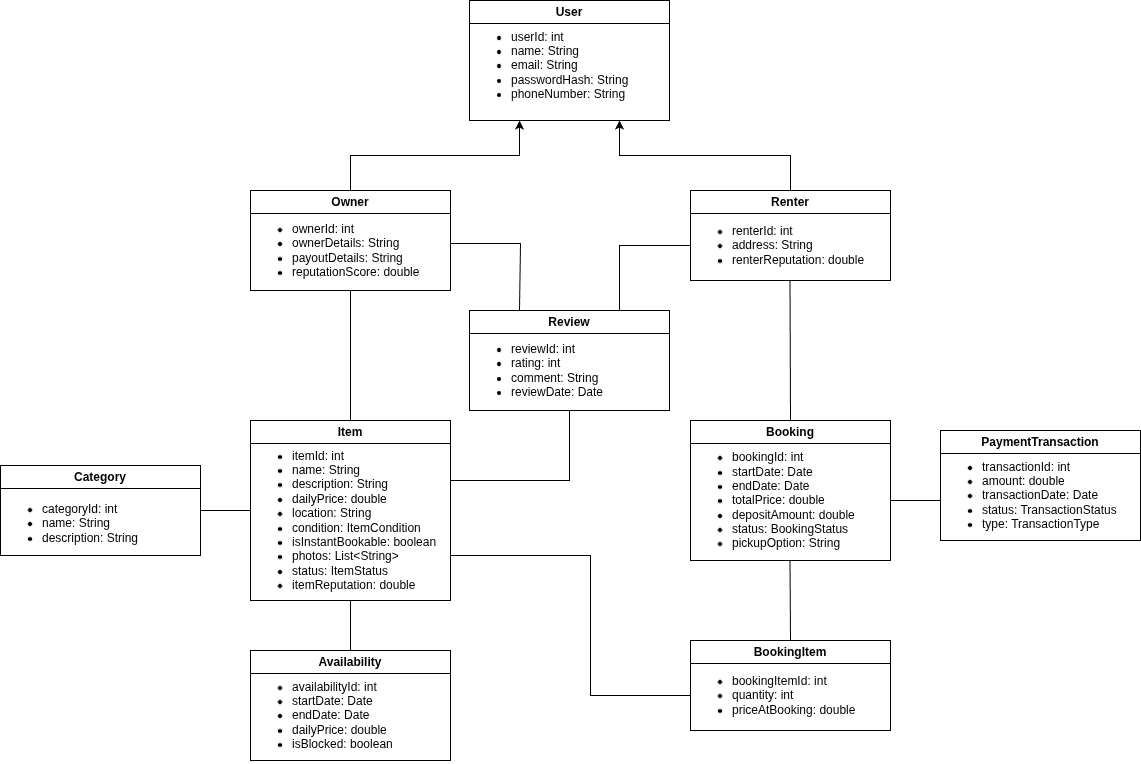
Above: docs/UML/UML.png in MEGA-TQS/mega-backend (draw.io), before the change. Source tidied: cells renumbered, new cells last; positions are measured from the earlier drawing's top-left corner, leaving out a move shared by most shapes.
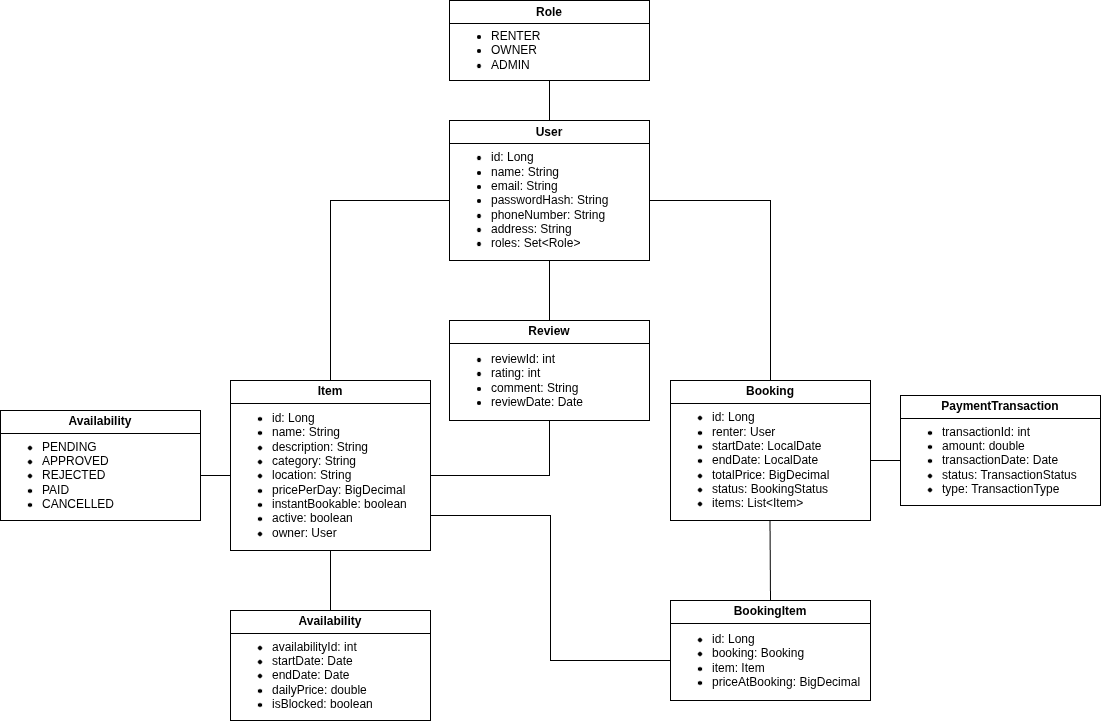
Above is the later version.

Commit message:
refined UML

Change to the diagram source:
```diff
@@ -3,37 +3,19 @@
     <mxCell id="0" />
     <mxCell id="1" parent="0" />
     <mxCell id="2" value="User" style="swimlane;whiteSpace=wrap;html=1;" parent="1" vertex="1">
-      <mxGeometry x="469" width="200" height="120" as="geometry" />
+      <mxGeometry x="469" y="160" width="200" height="140" as="geometry" />
     </mxCell>
-    <mxCell id="3" value="&lt;ul&gt;&lt;li&gt;userId: int&lt;/li&gt;&lt;li&gt;name: String&lt;/li&gt;&lt;li&gt;email: String&lt;/li&gt;&lt;li&gt;passwordHash: String&lt;/li&gt;&lt;li&gt;phoneNumber: String&lt;/li&gt;&lt;/ul&gt;" style="text;html=1;whiteSpace=wrap;strokeColor=none;fillColor=none;align=left;verticalAlign=middle;rounded=0;" parent="2" vertex="1">
-      <mxGeometry y="20" width="200" height="90" as="geometry" />
+    <mxCell id="3" value="&lt;ul&gt;&lt;li&gt;id: Long&lt;/li&gt;&lt;li&gt;name: String&lt;/li&gt;&lt;li&gt;email: String&lt;/li&gt;&lt;li&gt;passwordHash: String&lt;/li&gt;&lt;li&gt;phoneNumber: String&lt;/li&gt;&lt;li&gt;address: String&lt;/li&gt;&lt;li&gt;roles: Set&amp;lt;Role&amp;gt;&lt;/li&gt;&lt;/ul&gt;" style="text;html=1;whiteSpace=wrap;strokeColor=none;fillColor=none;align=left;verticalAlign=middle;rounded=0;" parent="2" vertex="1">
+      <mxGeometry y="20" width="200" height="120" as="geometry" />
     </mxCell>
-    <mxCell id="4" style="edgeStyle=orthogonalEdgeStyle;rounded=0;jettySize=auto;html=1;exitX=0.5;exitY=0;exitDx=0;exitDy=0;entryX=0.25;entryY=1;entryDx=0;entryDy=0;" parent="1" edge="1" source="5" target="2">
-      <mxGeometry relative="1" as="geometry" />
-    </mxCell>
-    <mxCell id="5" value="Owner" style="swimlane;whiteSpace=wrap;html=1;" parent="1" vertex="1">
-      <mxGeometry x="250" y="190" width="200" height="100" as="geometry" />
-    </mxCell>
-    <mxCell id="6" value="&lt;ul&gt;&lt;li&gt;ownerId: int&lt;/li&gt;&lt;li&gt;ownerDetails: String&lt;/li&gt;&lt;li&gt;payoutDetails: String&lt;/li&gt;&lt;li&gt;reputationScore: double&lt;/li&gt;&lt;/ul&gt;" style="text;html=1;whiteSpace=wrap;strokeColor=none;fillColor=none;align=left;verticalAlign=middle;rounded=0;" parent="5" vertex="1">
-      <mxGeometry y="20" width="200" height="80" as="geometry" />
-    </mxCell>
-    <mxCell id="7" style="edgeStyle=orthogonalEdgeStyle;rounded=0;jettySize=auto;html=1;exitX=0.5;exitY=0;exitDx=0;exitDy=0;entryX=0.75;entryY=1;entryDx=0;entryDy=0;" parent="1" edge="1" source="8" target="2">
-      <mxGeometry relative="1" as="geometry" />
-    </mxCell>
-    <mxCell id="8" value="Renter" style="swimlane;whiteSpace=wrap;html=1;" parent="1" vertex="1">
-      <mxGeometry x="690" y="190" width="200" height="90" as="geometry" />
-    </mxCell>
-    <mxCell id="9" value="&lt;ul&gt;&lt;li&gt;renterId: int&lt;/li&gt;&lt;li&gt;address: String&lt;/li&gt;&lt;li&gt;renterReputation: double&lt;/li&gt;&lt;/ul&gt;" style="text;html=1;whiteSpace=wrap;strokeColor=none;fillColor=none;align=left;verticalAlign=middle;rounded=0;" parent="8" vertex="1">
-      <mxGeometry y="20" width="200" height="70" as="geometry" />
-    </mxCell>
     <mxCell id="10" value="Item" style="swimlane;whiteSpace=wrap;html=1;" parent="1" vertex="1">
-      <mxGeometry x="250" y="420" width="200" height="180" as="geometry" />
+      <mxGeometry x="250" y="420" width="200" height="170" as="geometry" />
     </mxCell>
-    <mxCell id="11" value="&lt;ul&gt;&lt;li&gt;itemId: int&lt;/li&gt;&lt;li&gt;name: String&lt;/li&gt;&lt;li&gt;description: String&lt;/li&gt;&lt;li&gt;dailyPrice: double&lt;/li&gt;&lt;li&gt;location: String&lt;/li&gt;&lt;li&gt;condition: ItemCondition&lt;/li&gt;&lt;li&gt;isInstantBookable: boolean&lt;/li&gt;&lt;li&gt;photos: List&amp;lt;String&amp;gt;&lt;/li&gt;&lt;li&gt;status: ItemStatus&lt;/li&gt;&lt;li&gt;itemReputation: double&lt;/li&gt;&lt;/ul&gt;" style="text;html=1;whiteSpace=wrap;strokeColor=none;fillColor=none;align=left;verticalAlign=middle;rounded=0;" parent="10" vertex="1">
-      <mxGeometry y="20" width="200" height="160" as="geometry" />
+    <mxCell id="11" value="&lt;ul&gt;&lt;li&gt;id: Long&lt;/li&gt;&lt;li&gt;name: String&lt;/li&gt;&lt;li&gt;description: String&lt;/li&gt;&lt;li&gt;category: String&lt;/li&gt;&lt;li&gt;location: String&lt;/li&gt;&lt;li&gt;pricePerDay: BigDecimal&lt;/li&gt;&lt;li&gt;instantBookable: boolean&lt;/li&gt;&lt;li&gt;active: boolean&lt;/li&gt;&lt;li&gt;owner: User&lt;/li&gt;&lt;/ul&gt;" style="text;html=1;whiteSpace=wrap;strokeColor=none;fillColor=none;align=left;verticalAlign=middle;rounded=0;" parent="10" vertex="1">
+      <mxGeometry y="20" width="200" height="150" as="geometry" />
     </mxCell>
     <mxCell id="12" value="Review" style="swimlane;whiteSpace=wrap;html=1;" parent="1" vertex="1">
-      <mxGeometry x="469" y="310" width="200" height="100" as="geometry" />
+      <mxGeometry x="469" y="360" width="200" height="100" as="geometry" />
     </mxCell>
     <mxCell id="13" value="&lt;ul&gt;&lt;li&gt;reviewId: int&lt;/li&gt;&lt;li&gt;rating: int&lt;/li&gt;&lt;li&gt;comment: String&lt;/li&gt;&lt;li&gt;reviewDate: Date&lt;/li&gt;&lt;/ul&gt;" style="text;html=1;whiteSpace=wrap;strokeColor=none;fillColor=none;align=left;verticalAlign=middle;rounded=0;" parent="12" vertex="1">
       <mxGeometry y="20" width="200" height="80" as="geometry" />
@@ -41,15 +23,17 @@
     <mxCell id="14" value="Booking" style="swimlane;whiteSpace=wrap;html=1;" parent="1" vertex="1">
       <mxGeometry x="690" y="420" width="200" height="140" as="geometry" />
     </mxCell>
-    <mxCell id="15" value="&lt;ul&gt;&lt;li&gt;bookingId: int&lt;/li&gt;&lt;li&gt;startDate: Date&lt;/li&gt;&lt;li&gt;endDate: Date&lt;/li&gt;&lt;li&gt;totalPrice: double&lt;/li&gt;&lt;li&gt;depositAmount: double&lt;/li&gt;&lt;li&gt;status: BookingStatus&lt;/li&gt;&lt;li&gt;pickupOption: String&lt;/li&gt;&lt;/ul&gt;" style="text;html=1;whiteSpace=wrap;strokeColor=none;fillColor=none;align=left;verticalAlign=middle;rounded=0;" parent="14" vertex="1">
+    <mxCell id="15" value="&lt;ul&gt;&lt;li&gt;id: Long&lt;/li&gt;&lt;li&gt;renter: User&lt;/li&gt;&lt;li&gt;startDate: LocalDate&lt;/li&gt;&lt;li&gt;endDate: LocalDate&lt;/li&gt;&lt;li&gt;totalPrice: BigDecimal&lt;/li&gt;&lt;li&gt;status: BookingStatus&lt;/li&gt;&lt;li&gt;items: List&amp;lt;Item&amp;gt;&lt;/li&gt;&lt;/ul&gt;" style="text;html=1;whiteSpace=wrap;strokeColor=none;fillColor=none;align=left;verticalAlign=middle;rounded=0;" parent="14" vertex="1">
       <mxGeometry y="20" width="200" height="120" as="geometry" />
     </mxCell>
-    <mxCell id="16" value="Category" style="swimlane;whiteSpace=wrap;html=1;" parent="1" vertex="1">
-      <mxGeometry y="465" width="200" height="90" as="geometry" />
-    </mxCell>
-    <mxCell id="17" value="&lt;ul&gt;&lt;li&gt;categoryId: int&lt;/li&gt;&lt;li&gt;name: String&lt;/li&gt;&lt;li&gt;description: String&lt;/li&gt;&lt;/ul&gt;" style="text;html=1;whiteSpace=wrap;strokeColor=none;fillColor=none;align=left;verticalAlign=middle;rounded=0;" parent="16" vertex="1">
-      <mxGeometry y="25" width="200" height="65" as="geometry" />
-    </mxCell>
+    <mxCell id="34" style="endArrow=none;html=1;rounded=0;exitX=1;exitY=0.5;exitDx=0;exitDy=0;" parent="14" edge="1" source="3">
+      <mxGeometry relative="1" as="geometry">
+        <mxPoint x="100" as="targetPoint" />
+        <Array as="points">
+          <mxPoint x="100" y="-180" />
+        </Array>
+      </mxGeometry>
+    </mxCell>
     <mxCell id="18" value="Availability" style="swimlane;whiteSpace=wrap;html=1;" parent="1" vertex="1">
       <mxGeometry x="250" y="650" width="200" height="110" as="geometry" />
     </mxCell>
@@ -57,79 +41,78 @@
       <mxGeometry y="20" width="200" height="90" as="geometry" />
     </mxCell>
     <mxCell id="20" value="BookingItem" style="swimlane;whiteSpace=wrap;html=1;" parent="1" vertex="1">
-      <mxGeometry x="690" y="640" width="200" height="90" as="geometry" />
+      <mxGeometry x="690" y="640" width="200" height="100" as="geometry" />
     </mxCell>
-    <mxCell id="21" value="&lt;ul&gt;&lt;li&gt;bookingItemId: int&lt;/li&gt;&lt;li&gt;quantity: int&lt;/li&gt;&lt;li&gt;priceAtBooking: double&lt;/li&gt;&lt;/ul&gt;" style="text;html=1;whiteSpace=wrap;strokeColor=none;fillColor=none;align=left;verticalAlign=middle;rounded=0;" parent="20" vertex="1">
-      <mxGeometry y="20" width="200" height="70" as="geometry" />
+    <mxCell id="21" value="&lt;ul&gt;&lt;li&gt;id: Long&lt;/li&gt;&lt;li&gt;booking: Booking&lt;/li&gt;&lt;li&gt;item: Item&lt;/li&gt;&lt;li&gt;priceAtBooking: BigDecimal&lt;/li&gt;&lt;/ul&gt;" style="text;html=1;whiteSpace=wrap;strokeColor=none;fillColor=none;align=left;verticalAlign=middle;rounded=0;" parent="20" vertex="1">
+      <mxGeometry y="20" width="200" height="80" as="geometry" />
     </mxCell>
     <mxCell id="22" value="PaymentTransaction" style="swimlane;whiteSpace=wrap;html=1;" parent="1" vertex="1">
-      <mxGeometry x="940" y="430" width="200" height="110" as="geometry" />
+      <mxGeometry x="920" y="435" width="200" height="110" as="geometry" />
     </mxCell>
     <mxCell id="23" value="&lt;ul&gt;&lt;li&gt;transactionId: int&lt;/li&gt;&lt;li&gt;amount: double&lt;/li&gt;&lt;li&gt;transactionDate: Date&lt;/li&gt;&lt;li&gt;status: TransactionStatus&lt;/li&gt;&lt;li&gt;type: TransactionType&lt;/li&gt;&lt;/ul&gt;" style="text;html=1;whiteSpace=wrap;strokeColor=none;fillColor=none;align=left;verticalAlign=middle;rounded=0;" parent="22" vertex="1">
       <mxGeometry y="20" width="200" height="90" as="geometry" />
     </mxCell>
-    <mxCell id="24" style="endArrow=none;html=1;rounded=0;" parent="1" edge="1">
-      <mxGeometry relative="1" as="geometry">
-        <mxPoint x="200" y="510" as="sourcePoint" />
-        <mxPoint x="250" y="510" as="targetPoint" />
-      </mxGeometry>
-    </mxCell>
-    <mxCell id="25" style="endArrow=none;html=1;rounded=0;exitX=0.5;exitY=0;exitDx=0;exitDy=0;" parent="1" edge="1" source="10">
+    <mxCell id="25" style="endArrow=none;html=1;rounded=0;exitX=0.5;exitY=0;exitDx=0;exitDy=0;entryX=0;entryY=0.5;entryDx=0;entryDy=0;" parent="1" edge="1" source="10" target="3">
       <mxGeometry relative="1" as="geometry">
-        <mxPoint x="350" y="290" as="targetPoint" />
+        <Array as="points">
+          <mxPoint x="350" y="240" />
+        </Array>
       </mxGeometry>
     </mxCell>
     <mxCell id="26" style="endArrow=none;html=1;rounded=0;exitX=0.5;exitY=0;exitDx=0;exitDy=0;entryX=0.5;entryY=1;entryDx=0;entryDy=0;" parent="1" edge="1" source="18" target="11">
       <mxGeometry relative="1" as="geometry" />
     </mxCell>
-    <mxCell id="27" style="endArrow=none;html=1;rounded=0;entryX=0;entryY=0.5;entryDx=0;entryDy=0;" parent="1" edge="1" target="9">
-      <mxGeometry relative="1" as="geometry">
-        <mxPoint x="619" y="310" as="sourcePoint" />
-        <Array as="points">
-          <mxPoint x="619" y="245" />
-        </Array>
-      </mxGeometry>
-    </mxCell>
-    <mxCell id="28" style="endArrow=none;html=1;rounded=0;exitX=0.25;exitY=0;exitDx=0;exitDy=0;" parent="1" edge="1" source="12">
-      <mxGeometry relative="1" as="geometry">
-        <mxPoint x="450" y="243" as="targetPoint" />
-        <Array as="points">
-          <mxPoint x="520" y="243" />
-        </Array>
-      </mxGeometry>
-    </mxCell>
-    <mxCell id="29" style="endArrow=none;html=1;rounded=0;exitX=1;exitY=0.25;exitDx=0;exitDy=0;entryX=0.5;entryY=1;entryDx=0;entryDy=0;" parent="1" edge="1" source="11" target="13">
+    <mxCell id="29" style="endArrow=none;html=1;rounded=0;exitX=1;exitY=0.5;exitDx=0;exitDy=0;entryX=0.5;entryY=1;entryDx=0;entryDy=0;" parent="1" edge="1" source="11" target="13">
       <mxGeometry relative="1" as="geometry">
         <Array as="points">
-          <mxPoint x="569" y="480" />
+          <mxPoint x="569" y="515" />
         </Array>
       </mxGeometry>
     </mxCell>
-    <mxCell id="30" style="endArrow=none;html=1;rounded=0;exitX=0.5;exitY=0;exitDx=0;exitDy=0;" parent="1" edge="1" source="14">
-      <mxGeometry relative="1" as="geometry">
-        <mxPoint x="789.5" y="280" as="targetPoint" />
-      </mxGeometry>
-    </mxCell>
     <mxCell id="31" style="endArrow=none;html=1;rounded=0;" parent="1" edge="1">
       <mxGeometry relative="1" as="geometry">
         <mxPoint x="790" y="640" as="sourcePoint" />
         <mxPoint x="789.5" y="560" as="targetPoint" />
       </mxGeometry>
     </mxCell>
-    <mxCell id="32" style="endArrow=none;html=1;rounded=0;" parent="1" edge="1">
+    <mxCell id="32" style="endArrow=none;html=1;rounded=0;entryX=0;entryY=0.5;entryDx=0;entryDy=0;" parent="1" edge="1" target="23">
       <mxGeometry relative="1" as="geometry">
         <mxPoint x="890" y="500" as="sourcePoint" />
-        <mxPoint x="940" y="500" as="targetPoint" />
       </mxGeometry>
     </mxCell>
     <mxCell id="33" style="endArrow=none;html=1;rounded=0;exitX=1;exitY=0.25;exitDx=0;exitDy=0;entryX=0;entryY=0.5;entryDx=0;entryDy=0;" parent="1" edge="1" target="21">
       <mxGeometry relative="1" as="geometry">
         <mxPoint x="450" y="555" as="sourcePoint" />
         <Array as="points">
-          <mxPoint x="590" y="555" />
-          <mxPoint x="590" y="695" />
+          <mxPoint x="570" y="555" />
+          <mxPoint x="570" y="700" />
         </Array>
       </mxGeometry>
     </mxCell>
+    <mxCell id="35" style="endArrow=none;html=1;rounded=0;exitX=0.5;exitY=0;exitDx=0;exitDy=0;entryX=0.5;entryY=1;entryDx=0;entryDy=0;" parent="1" edge="1" source="12" target="3">
+      <mxGeometry relative="1" as="geometry">
+        <Array as="points">
+          <mxPoint x="569" y="320" />
+        </Array>
+      </mxGeometry>
+    </mxCell>
+    <mxCell id="36" value="Role" style="swimlane;whiteSpace=wrap;html=1;" parent="1" vertex="1">
+      <mxGeometry x="469" y="40" width="200" height="80" as="geometry" />
+    </mxCell>
+    <mxCell id="37" value="&lt;ul&gt;&lt;li&gt;RENTER&lt;/li&gt;&lt;li&gt;OWNER&lt;/li&gt;&lt;li&gt;ADMIN&lt;/li&gt;&lt;/ul&gt;" style="text;html=1;whiteSpace=wrap;strokeColor=none;fillColor=none;align=left;verticalAlign=middle;rounded=0;" parent="36" vertex="1">
+      <mxGeometry y="20" width="200" height="60" as="geometry" />
+    </mxCell>
+    <mxCell id="38" value="Availability" style="swimlane;whiteSpace=wrap;html=1;" parent="1" vertex="1">
+      <mxGeometry x="20" y="450" width="200" height="110" as="geometry" />
+    </mxCell>
+    <mxCell id="39" value="&lt;ul&gt;&lt;li&gt;PENDING&lt;/li&gt;&lt;li&gt;APPROVED&lt;/li&gt;&lt;li&gt;REJECTED&lt;/li&gt;&lt;li&gt;PAID&lt;/li&gt;&lt;li&gt;CANCELLED&lt;/li&gt;&lt;/ul&gt;" style="text;html=1;whiteSpace=wrap;strokeColor=none;fillColor=none;align=left;verticalAlign=middle;rounded=0;" parent="38" vertex="1">
+      <mxGeometry y="20" width="200" height="90" as="geometry" />
+    </mxCell>
+    <mxCell id="40" style="endArrow=none;html=1;rounded=0;entryX=0;entryY=0.5;entryDx=0;entryDy=0;exitX=1;exitY=0.5;exitDx=0;exitDy=0;" parent="1" edge="1" source="39" target="11">
+      <mxGeometry relative="1" as="geometry" />
+    </mxCell>
+    <mxCell id="41" style="endArrow=none;html=1;rounded=0;entryX=0.5;entryY=1;entryDx=0;entryDy=0;exitX=0.5;exitY=0;exitDx=0;exitDy=0;" parent="1" edge="1" source="2" target="37">
+      <mxGeometry relative="1" as="geometry" />
+    </mxCell>
   </root>
 </mxGraphModel>
```
